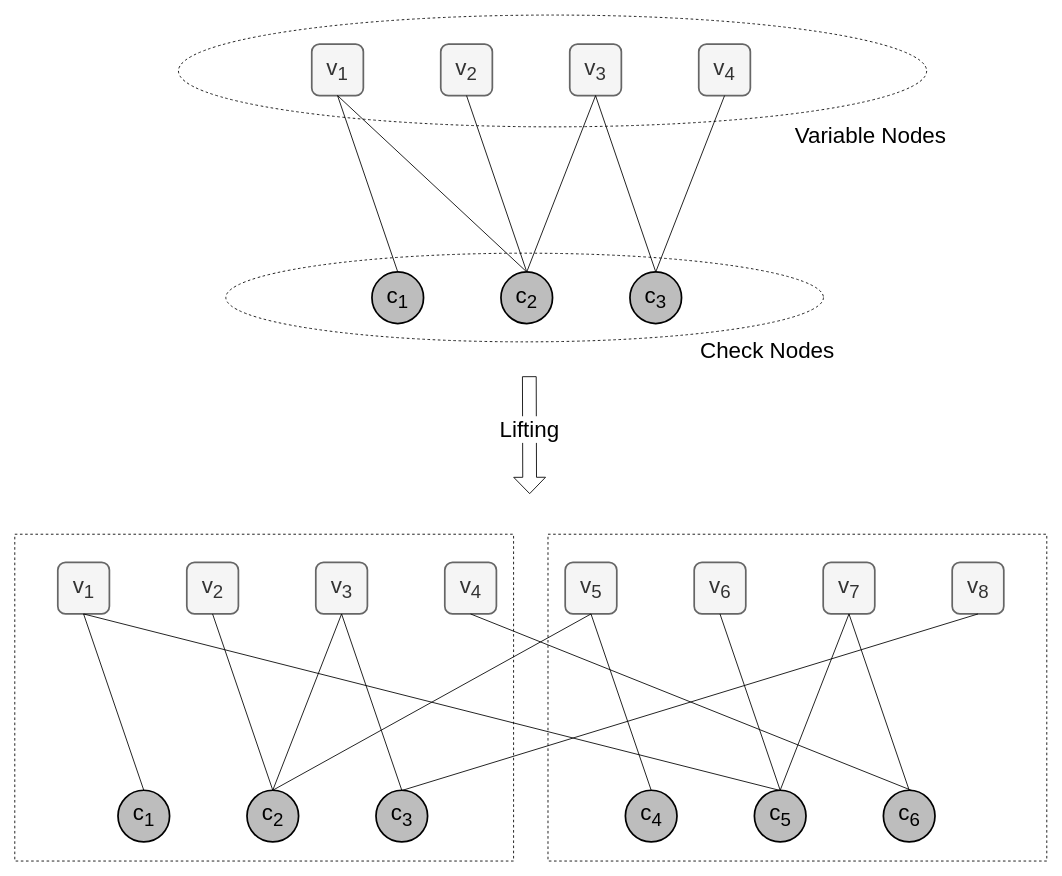
This is figures/chp_theory/Tanner Graph.drawio from mateuspontesm/Master-Thesis, a draw.io file, before an edit. Source tidied: cells renumbered, new cells numbered last; positions are measured from the earlier drawing's top-left corner, leaving out a move shared by most shapes. Both pictures are drawn from the tidied source at 86%, with x=0, y=0 at pixel (15, 15).
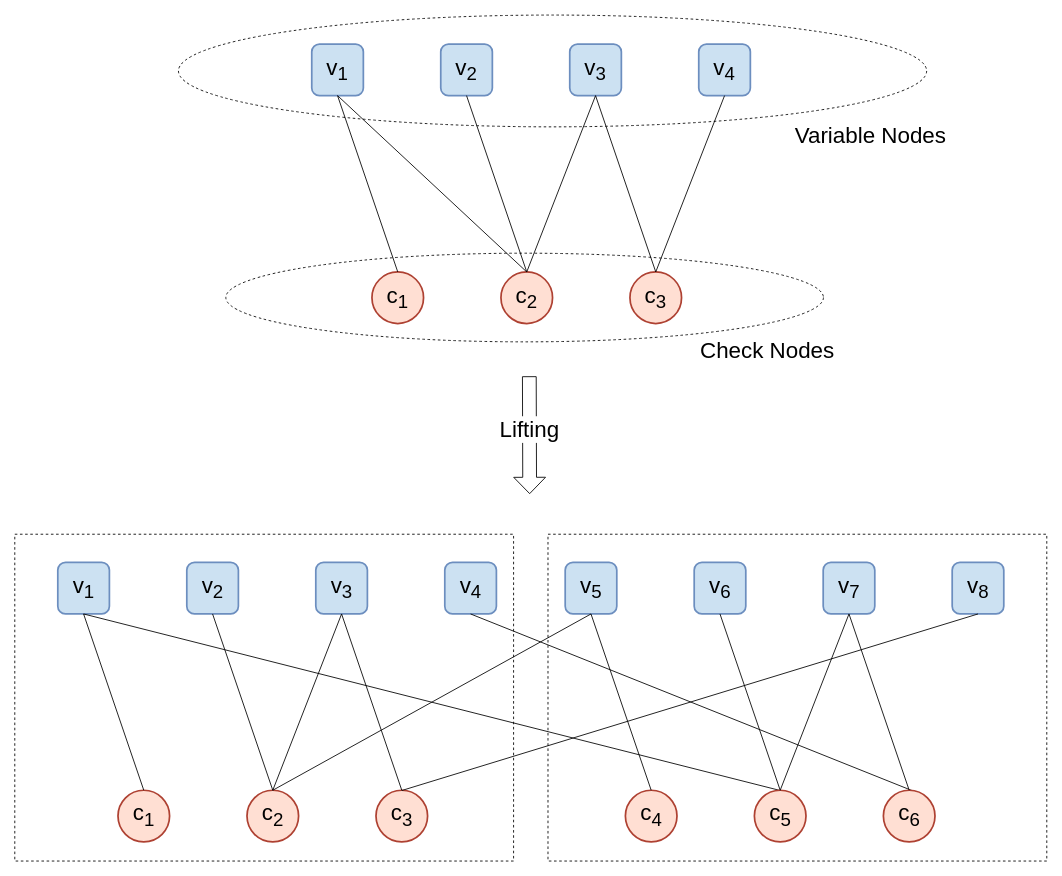
The same diagram, later.

Commit message (it also covers changes not shown here):
Updated figures and added ldpc encoding subsec

What changed in the source:
```diff
@@
+    <mxCell id="45" style="ellipse;whiteSpace=wrap;html=1;dashed=1;strokeWidth=1;fillColor=none;fontFamily=Verdana;fontSize=26;" parent="1" vertex="1">
+      <mxGeometry x="245.1" y="276.9" width="694.9" height="103.1" as="geometry" />
+    </mxCell>
@@
-    <mxCell id="5" value="&lt;font style=&quot;font-size: 26px&quot;&gt;c&lt;sub&gt;1&lt;/sub&gt;&lt;/font&gt;" style="ellipse;whiteSpace=wrap;html=1;fontFamily=Utopia;fillColor=#BDBDBD;strokeWidth=2;FType=g;" parent="1" vertex="1">
+    <mxCell id="5" value="&lt;font style=&quot;font-size: 26px&quot;&gt;c&lt;sub&gt;1&lt;/sub&gt;&lt;/font&gt;" style="ellipse;whiteSpace=wrap;html=1;fontFamily=Utopia;fillColor=#ffdfd3;strokeWidth=2;FType=g;strokeColor=#ae4132;" parent="1" vertex="1">
       <mxGeometry x="415" y="298.7" width="60" height="60" as="geometry" />
     </mxCell>
-    <mxCell id="6" value="&lt;font style=&quot;font-size: 26px&quot;&gt;c&lt;sub&gt;2&lt;/sub&gt;&lt;/font&gt;" style="ellipse;whiteSpace=wrap;html=1;fontFamily=Utopia;fillColor=#BDBDBD;strokeWidth=2;FType=g;" parent="1" vertex="1">
+    <mxCell id="6" value="&lt;font style=&quot;font-size: 26px&quot;&gt;c&lt;sub&gt;2&lt;/sub&gt;&lt;/font&gt;" style="ellipse;whiteSpace=wrap;html=1;fontFamily=Utopia;fillColor=#ffdfd3;strokeWidth=2;FType=g;strokeColor=#ae4132;" parent="1" vertex="1">
       <mxGeometry x="565" y="298.7" width="60" height="60" as="geometry" />
     </mxCell>
-    <mxCell id="7" value="&lt;font style=&quot;font-size: 26px&quot;&gt;c&lt;sub&gt;3&lt;/sub&gt;&lt;/font&gt;" style="ellipse;whiteSpace=wrap;html=1;fontFamily=Utopia;fillColor=#BDBDBD;strokeWidth=2;FType=g;" parent="1" vertex="1">
+    <mxCell id="7" value="&lt;font style=&quot;font-size: 26px&quot;&gt;c&lt;sub&gt;3&lt;/sub&gt;&lt;/font&gt;" style="ellipse;whiteSpace=wrap;html=1;fontFamily=Utopia;fillColor=#ffdfd3;strokeWidth=2;FType=g;strokeColor=#ae4132;" parent="1" vertex="1">
       <mxGeometry x="715" y="298.7" width="60" height="60" as="geometry" />
     </mxCell>
-    <mxCell id="8" value="&lt;font style=&quot;font-size: 26px&quot;&gt;v&lt;sub&gt;2&lt;/sub&gt;&lt;/font&gt;" style="rounded=1;whiteSpace=wrap;html=1;fontFamily=Utopia;fillColor=#f5f5f5;strokeColor=#666666;fontColor=#333333;strokeWidth=2;FType=g;" parent="1" vertex="1">
+    <mxCell id="8" value="&lt;font style=&quot;font-size: 26px&quot;&gt;v&lt;sub&gt;2&lt;/sub&gt;&lt;/font&gt;" style="rounded=1;whiteSpace=wrap;html=1;fontFamily=Utopia;fillColor=#cce1f2;strokeColor=#6c8ebf;strokeWidth=2;FType=g;" parent="1" vertex="1">
       <mxGeometry x="495" y="33.7" width="60" height="60" as="geometry" />
     </mxCell>
-    <mxCell id="9" value="&lt;font style=&quot;font-size: 26px&quot;&gt;v&lt;sub&gt;4&lt;/sub&gt;&lt;/font&gt;" style="rounded=1;whiteSpace=wrap;html=1;fontFamily=Utopia;fillColor=#f5f5f5;strokeColor=#666666;fontColor=#333333;strokeWidth=2;FType=g;" parent="1" vertex="1">
+    <mxCell id="9" value="&lt;font style=&quot;font-size: 26px&quot;&gt;v&lt;sub&gt;4&lt;/sub&gt;&lt;/font&gt;" style="rounded=1;whiteSpace=wrap;html=1;fontFamily=Utopia;fillColor=#cce1f2;strokeColor=#6c8ebf;strokeWidth=2;FType=g;" parent="1" vertex="1">
       <mxGeometry x="795" y="33.7" width="60" height="60" as="geometry" />
     </mxCell>
-    <mxCell id="10" value="&lt;font style=&quot;font-size: 26px&quot;&gt;v&lt;sub&gt;1&lt;/sub&gt;&lt;/font&gt;" style="rounded=1;whiteSpace=wrap;html=1;fontFamily=Utopia;fillColor=#F5F5F5;strokeColor=#666666;fontColor=#333333;strokeWidth=2;FType=g;" parent="1" vertex="1">
+    <mxCell id="10" value="&lt;font style=&quot;font-size: 26px&quot;&gt;v&lt;sub&gt;1&lt;/sub&gt;&lt;/font&gt;" style="rounded=1;whiteSpace=wrap;html=1;fontFamily=Utopia;fillColor=#cce1f2;strokeColor=#6c8ebf;strokeWidth=2;FType=g;" parent="1" vertex="1">
       <mxGeometry x="345" y="33.7" width="60" height="60" as="geometry" />
     </mxCell>
-    <mxCell id="11" value="&lt;font style=&quot;font-size: 26px&quot;&gt;v&lt;sub&gt;3&lt;/sub&gt;&lt;/font&gt;" style="rounded=1;whiteSpace=wrap;html=1;fontFamily=Utopia;fillColor=#f5f5f5;strokeColor=#666666;fontColor=#333333;strokeWidth=2;FType=g;" parent="1" vertex="1">
+    <mxCell id="11" value="&lt;font style=&quot;font-size: 26px&quot;&gt;v&lt;sub&gt;3&lt;/sub&gt;&lt;/font&gt;" style="rounded=1;whiteSpace=wrap;html=1;fontFamily=Utopia;fillColor=#cce1f2;strokeColor=#6c8ebf;strokeWidth=2;FType=g;" parent="1" vertex="1">
       <mxGeometry x="645" y="33.7" width="60" height="60" as="geometry" />
     </mxCell>
@@
-    <mxCell id="18" value="&lt;font style=&quot;font-size: 26px&quot;&gt;c&lt;sub&gt;1&lt;/sub&gt;&lt;/font&gt;" style="ellipse;whiteSpace=wrap;html=1;fontFamily=Utopia;fillColor=#BDBDBD;strokeWidth=2;FType=g;" parent="1" vertex="1">
+    <mxCell id="18" value="&lt;font style=&quot;font-size: 26px&quot;&gt;c&lt;sub&gt;1&lt;/sub&gt;&lt;/font&gt;" style="ellipse;whiteSpace=wrap;html=1;fontFamily=Utopia;fillColor=#ffdfd3;strokeWidth=2;FType=g;strokeColor=#ae4132;" parent="1" vertex="1">
       <mxGeometry x="119.7" y="901.4" width="60" height="60" as="geometry" />
     </mxCell>
-    <mxCell id="19" value="&lt;font style=&quot;font-size: 26px&quot;&gt;c&lt;sub&gt;2&lt;/sub&gt;&lt;/font&gt;" style="ellipse;whiteSpace=wrap;html=1;fontFamily=Utopia;fillColor=#BDBDBD;strokeWidth=2;FType=g;" parent="1" vertex="1">
+    <mxCell id="19" value="&lt;font style=&quot;font-size: 26px&quot;&gt;c&lt;sub&gt;2&lt;/sub&gt;&lt;/font&gt;" style="ellipse;whiteSpace=wrap;html=1;fontFamily=Utopia;fillColor=#ffdfd3;strokeWidth=2;FType=g;strokeColor=#ae4132;" parent="1" vertex="1">
       <mxGeometry x="269.7" y="901.4" width="60" height="60" as="geometry" />
     </mxCell>
-    <mxCell id="20" value="&lt;font style=&quot;font-size: 26px&quot;&gt;c&lt;sub&gt;3&lt;/sub&gt;&lt;/font&gt;" style="ellipse;whiteSpace=wrap;html=1;fontFamily=Utopia;fillColor=#BDBDBD;strokeWidth=2;FType=g;" parent="1" vertex="1">
+    <mxCell id="20" value="&lt;font style=&quot;font-size: 26px&quot;&gt;c&lt;sub&gt;3&lt;/sub&gt;&lt;/font&gt;" style="ellipse;whiteSpace=wrap;html=1;fontFamily=Utopia;fillColor=#ffdfd3;strokeWidth=2;FType=g;strokeColor=#ae4132;" parent="1" vertex="1">
       <mxGeometry x="419.7" y="901.4" width="60" height="60" as="geometry" />
     </mxCell>
-    <mxCell id="21" value="&lt;font style=&quot;font-size: 26px&quot;&gt;v&lt;sub&gt;2&lt;/sub&gt;&lt;/font&gt;" style="rounded=1;whiteSpace=wrap;html=1;fontFamily=Utopia;fillColor=#f5f5f5;strokeColor=#666666;fontColor=#333333;strokeWidth=2;FType=g;" parent="1" vertex="1">
+    <mxCell id="21" value="&lt;font style=&quot;font-size: 26px&quot;&gt;v&lt;sub&gt;2&lt;/sub&gt;&lt;/font&gt;" style="rounded=1;whiteSpace=wrap;html=1;fontFamily=Utopia;fillColor=#cce1f2;strokeColor=#6c8ebf;strokeWidth=2;FType=g;" parent="1" vertex="1">
       <mxGeometry x="199.7" y="636.4" width="60" height="60" as="geometry" />
     </mxCell>
-    <mxCell id="22" value="&lt;font style=&quot;font-size: 26px&quot;&gt;v&lt;sub&gt;4&lt;/sub&gt;&lt;/font&gt;" style="rounded=1;whiteSpace=wrap;html=1;fontFamily=Utopia;fillColor=#f5f5f5;strokeColor=#666666;fontColor=#333333;strokeWidth=2;FType=g;" parent="1" vertex="1">
+    <mxCell id="22" value="&lt;font style=&quot;font-size: 26px&quot;&gt;v&lt;sub&gt;4&lt;/sub&gt;&lt;/font&gt;" style="rounded=1;whiteSpace=wrap;html=1;fontFamily=Utopia;fillColor=#cce1f2;strokeColor=#6c8ebf;strokeWidth=2;FType=g;" parent="1" vertex="1">
       <mxGeometry x="499.7" y="636.4" width="60" height="60" as="geometry" />
     </mxCell>
-    <mxCell id="23" value="&lt;font style=&quot;font-size: 26px&quot;&gt;v&lt;sub&gt;1&lt;/sub&gt;&lt;/font&gt;" style="rounded=1;whiteSpace=wrap;html=1;fontFamily=Utopia;fillColor=#F5F5F5;strokeColor=#666666;fontColor=#333333;strokeWidth=2;FType=g;" parent="1" vertex="1">
+    <mxCell id="23" value="&lt;font style=&quot;font-size: 26px&quot;&gt;v&lt;sub&gt;1&lt;/sub&gt;&lt;/font&gt;" style="rounded=1;whiteSpace=wrap;html=1;fontFamily=Utopia;fillColor=#cce1f2;strokeColor=#6c8ebf;strokeWidth=2;FType=g;" parent="1" vertex="1">
       <mxGeometry x="49.7" y="636.4" width="60" height="60" as="geometry" />
     </mxCell>
-    <mxCell id="24" value="&lt;font style=&quot;font-size: 26px&quot;&gt;v&lt;sub&gt;3&lt;/sub&gt;&lt;/font&gt;" style="rounded=1;whiteSpace=wrap;html=1;fontFamily=Utopia;fillColor=#f5f5f5;strokeColor=#666666;fontColor=#333333;strokeWidth=2;FType=g;" parent="1" vertex="1">
+    <mxCell id="24" value="&lt;font style=&quot;font-size: 26px&quot;&gt;v&lt;sub&gt;3&lt;/sub&gt;&lt;/font&gt;" style="rounded=1;whiteSpace=wrap;html=1;fontFamily=Utopia;fillColor=#cce1f2;strokeColor=#6c8ebf;strokeWidth=2;FType=g;" parent="1" vertex="1">
       <mxGeometry x="349.7" y="636.4" width="60" height="60" as="geometry" />
     </mxCell>
@@
-    <mxCell id="32" value="&lt;font style=&quot;font-size: 26px&quot;&gt;c&lt;sub&gt;4&lt;/sub&gt;&lt;/font&gt;" style="ellipse;whiteSpace=wrap;html=1;fontFamily=Utopia;fillColor=#BDBDBD;strokeWidth=2;FType=g;" parent="1" vertex="1">
+    <mxCell id="32" value="&lt;font style=&quot;font-size: 26px&quot;&gt;c&lt;sub&gt;4&lt;/sub&gt;&lt;/font&gt;" style="ellipse;whiteSpace=wrap;html=1;fontFamily=Utopia;fillColor=#ffdfd3;strokeWidth=2;FType=g;strokeColor=#ae4132;" parent="1" vertex="1">
       <mxGeometry x="709.7" y="901.4" width="60" height="60" as="geometry" />
     </mxCell>
-    <mxCell id="33" value="&lt;font style=&quot;font-size: 26px&quot;&gt;c&lt;sub&gt;5&lt;/sub&gt;&lt;/font&gt;" style="ellipse;whiteSpace=wrap;html=1;fontFamily=Utopia;fillColor=#BDBDBD;strokeWidth=2;FType=g;" parent="1" vertex="1">
+    <mxCell id="33" value="&lt;font style=&quot;font-size: 26px&quot;&gt;c&lt;sub&gt;5&lt;/sub&gt;&lt;/font&gt;" style="ellipse;whiteSpace=wrap;html=1;fontFamily=Utopia;fillColor=#ffdfd3;strokeWidth=2;FType=g;strokeColor=#ae4132;" parent="1" vertex="1">
       <mxGeometry x="859.7" y="901.4" width="60" height="60" as="geometry" />
     </mxCell>
-    <mxCell id="34" value="&lt;font style=&quot;font-size: 26px&quot;&gt;c&lt;sub&gt;6&lt;/sub&gt;&lt;/font&gt;" style="ellipse;whiteSpace=wrap;html=1;fontFamily=Utopia;fillColor=#BDBDBD;strokeWidth=2;FType=g;" parent="1" vertex="1">
+    <mxCell id="34" value="&lt;font style=&quot;font-size: 26px&quot;&gt;c&lt;sub&gt;6&lt;/sub&gt;&lt;/font&gt;" style="ellipse;whiteSpace=wrap;html=1;fontFamily=Utopia;fillColor=#ffdfd3;strokeWidth=2;FType=g;strokeColor=#ae4132;" parent="1" vertex="1">
       <mxGeometry x="1009.7" y="901.4" width="60" height="60" as="geometry" />
     </mxCell>
-    <mxCell id="35" value="&lt;font style=&quot;font-size: 26px&quot;&gt;v&lt;sub&gt;6&lt;/sub&gt;&lt;/font&gt;" style="rounded=1;whiteSpace=wrap;html=1;fontFamily=Utopia;fillColor=#f5f5f5;strokeColor=#666666;fontColor=#333333;strokeWidth=2;FType=g;" parent="1" vertex="1">
+    <mxCell id="35" value="&lt;font style=&quot;font-size: 26px&quot;&gt;v&lt;sub&gt;6&lt;/sub&gt;&lt;/font&gt;" style="rounded=1;whiteSpace=wrap;html=1;fontFamily=Utopia;fillColor=#cce1f2;strokeColor=#6c8ebf;strokeWidth=2;FType=g;" parent="1" vertex="1">
       <mxGeometry x="789.7" y="636.4" width="60" height="60" as="geometry" />
     </mxCell>
-    <mxCell id="36" value="&lt;font style=&quot;font-size: 26px&quot;&gt;v&lt;sub&gt;8&lt;/sub&gt;&lt;/font&gt;" style="rounded=1;whiteSpace=wrap;html=1;fontFamily=Utopia;fillColor=#f5f5f5;strokeColor=#666666;fontColor=#333333;strokeWidth=2;FType=g;" parent="1" vertex="1">
+    <mxCell id="36" value="&lt;font style=&quot;font-size: 26px&quot;&gt;v&lt;sub&gt;8&lt;/sub&gt;&lt;/font&gt;" style="rounded=1;whiteSpace=wrap;html=1;fontFamily=Utopia;fillColor=#cce1f2;strokeColor=#6c8ebf;strokeWidth=2;FType=g;" parent="1" vertex="1">
       <mxGeometry x="1089.7" y="636.4" width="60" height="60" as="geometry" />
     </mxCell>
-    <mxCell id="37" value="&lt;font style=&quot;font-size: 26px&quot;&gt;v&lt;sub&gt;5&lt;/sub&gt;&lt;/font&gt;" style="rounded=1;whiteSpace=wrap;html=1;fontFamily=Utopia;fillColor=#F5F5F5;strokeColor=#666666;fontColor=#333333;strokeWidth=2;FType=g;" parent="1" vertex="1">
+    <mxCell id="37" value="&lt;font style=&quot;font-size: 26px&quot;&gt;v&lt;sub&gt;5&lt;/sub&gt;&lt;/font&gt;" style="rounded=1;whiteSpace=wrap;html=1;fontFamily=Utopia;fillColor=#cce1f2;strokeColor=#6c8ebf;strokeWidth=2;FType=g;" parent="1" vertex="1">
       <mxGeometry x="639.7" y="636.4" width="60" height="60" as="geometry" />
     </mxCell>
-    <mxCell id="38" value="&lt;font style=&quot;font-size: 26px&quot;&gt;v&lt;sub&gt;7&lt;/sub&gt;&lt;/font&gt;" style="rounded=1;whiteSpace=wrap;html=1;fontFamily=Utopia;fillColor=#f5f5f5;strokeColor=#666666;fontColor=#333333;strokeWidth=2;FType=g;" parent="1" vertex="1">
+    <mxCell id="38" value="&lt;font style=&quot;font-size: 26px&quot;&gt;v&lt;sub&gt;7&lt;/sub&gt;&lt;/font&gt;" style="rounded=1;whiteSpace=wrap;html=1;fontFamily=Utopia;fillColor=#cce1f2;strokeColor=#6c8ebf;strokeWidth=2;FType=g;" parent="1" vertex="1">
       <mxGeometry x="939.7" y="636.4" width="60" height="60" as="geometry" />
     </mxCell>
@@
-    <mxCell id="45" style="ellipse;whiteSpace=wrap;html=1;dashed=1;strokeWidth=1;fillColor=none;fontFamily=Verdana;fontSize=26;" parent="1" vertex="1">
-      <mxGeometry x="245.1" y="276.9" width="694.9" height="103.1" as="geometry" />
-    </mxCell>
```
